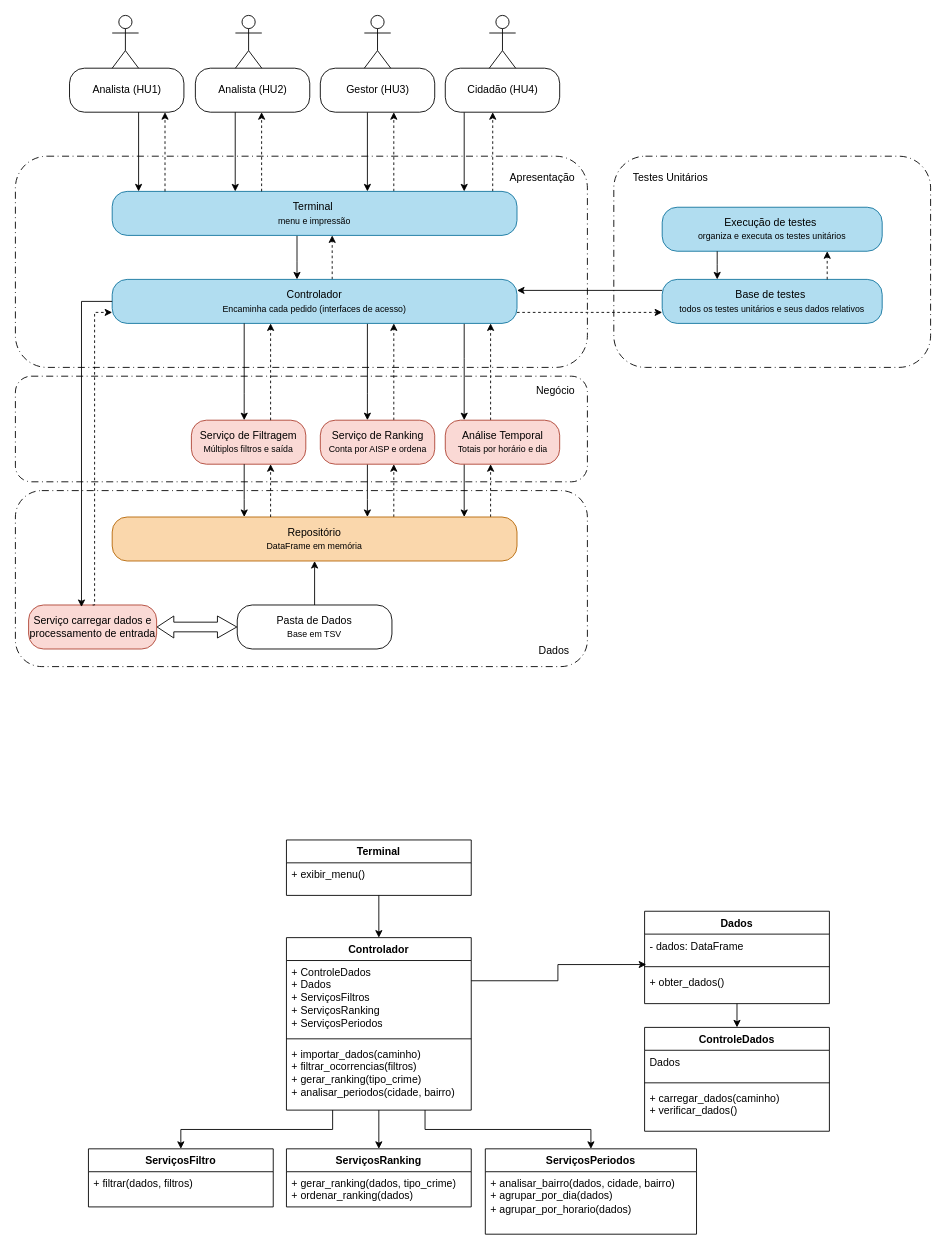
This is SPRINT 3/Diagrama do Sistema.drawio from Thiago-Malaga/Trabalho-Final-Eng.-Software, a draw.io file, before an edit. Source tidied: cells renumbered, new cells numbered last; positions are measured from the earlier drawing's top-left corner, leaving out a move shared by most shapes. Both pictures are drawn from the tidied source at 88%, with x=0, y=0 at pixel (15, 15).
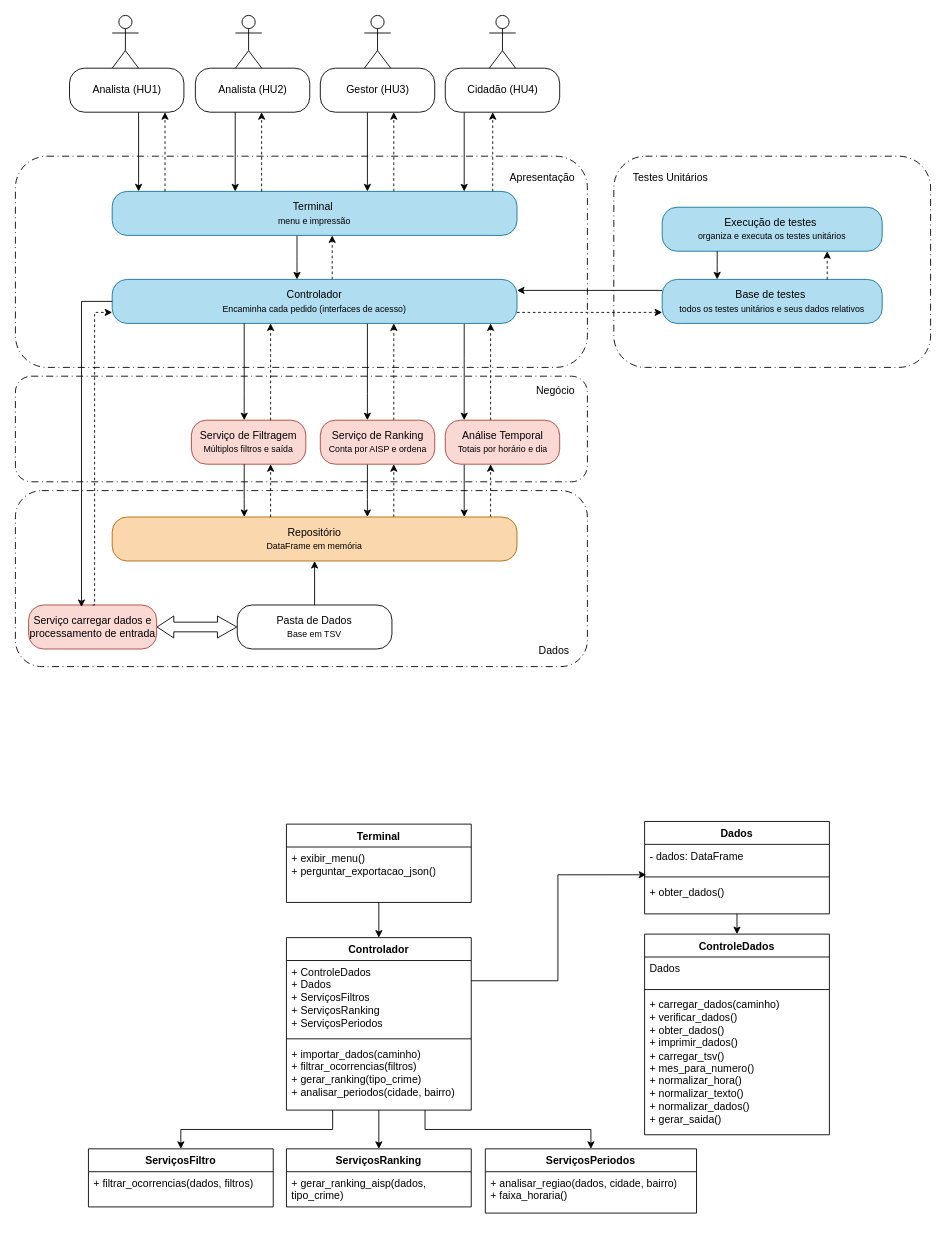
Above is the later version.

Unchanged cells that the change refers to:
```xml
<mxCell id="68" value="ServiçosFiltro" style="swimlane;fontStyle=1;align=center;verticalAlign=top;horizontal=1;startSize=26;whiteSpace=wrap;html=1;" parent="1" vertex="1">
  <mxGeometry x="83" y="1288" width="210" height="66" as="geometry" />
</mxCell>
<mxCell id="70" value="ServiçosRanking" style="swimlane;fontStyle=1;align=center;verticalAlign=top;horizontal=1;startSize=26;whiteSpace=wrap;html=1;" parent="1" vertex="1">
  <mxGeometry x="308" y="1288" width="210" height="66" as="geometry" />
</mxCell>
```

The edit, as a diff of the source:
```diff
@@
     <mxCell id="59" value="Terminal" style="swimlane;fontStyle=1;align=center;verticalAlign=top;horizontal=1;startSize=26;whiteSpace=wrap;html=1;" parent="1" vertex="1">
-      <mxGeometry x="308" y="937" width="210" height="63" as="geometry" />
+      <mxGeometry x="308" y="919" width="210" height="89" as="geometry" />
     </mxCell>
-    <mxCell id="60" value="+ exibir_menu()" style="text;strokeColor=none;fillColor=none;align=left;verticalAlign=top;spacingLeft=4;spacingRight=4;overflow=hidden;whiteSpace=wrap;html=1;" parent="59" vertex="1">
-      <mxGeometry y="26" width="210" height="37" as="geometry" />
+    <mxCell id="60" value="+ exibir_menu()&lt;div&gt;+ perguntar_exportacao_json()&lt;/div&gt;" style="text;strokeColor=none;fillColor=none;align=left;verticalAlign=top;spacingLeft=4;spacingRight=4;overflow=hidden;whiteSpace=wrap;html=1;" parent="59" vertex="1">
+      <mxGeometry y="26" width="210" height="63" as="geometry" />
     </mxCell>
@@
-    <mxCell id="69" value="+ filtrar(dados, filtros)" style="text;strokeColor=none;fillColor=none;align=left;verticalAlign=top;spacingLeft=4;spacingRight=4;overflow=hidden;whiteSpace=wrap;html=1;" parent="68" vertex="1">
+    <mxCell id="69" value="+ filtrar_ocorrencias(dados, filtros)" style="text;strokeColor=none;fillColor=none;align=left;verticalAlign=top;spacingLeft=4;spacingRight=4;overflow=hidden;whiteSpace=wrap;html=1;" parent="68" vertex="1">
       <mxGeometry y="26" width="210" height="40" as="geometry" />
     </mxCell>
@@
-    <mxCell id="71" value="+ gerar_ranking(dados, tipo_crime)&lt;div&gt;+ ordenar_ranking(dados)&lt;/div&gt;" style="text;strokeColor=none;fillColor=none;align=left;verticalAlign=top;spacingLeft=4;spacingRight=4;overflow=hidden;whiteSpace=wrap;html=1;" parent="70" vertex="1">
+    <mxCell id="71" value="+ gerar_ranking_aisp(dados, tipo_crime)" style="text;strokeColor=none;fillColor=none;align=left;verticalAlign=top;spacingLeft=4;spacingRight=4;overflow=hidden;whiteSpace=wrap;html=1;" parent="70" vertex="1">
       <mxGeometry y="26" width="210" height="40" as="geometry" />
     </mxCell>
     <mxCell id="72" value="ServiçosPeriodos" style="swimlane;fontStyle=1;align=center;verticalAlign=top;horizontal=1;startSize=26;whiteSpace=wrap;html=1;" parent="1" vertex="1">
-      <mxGeometry x="534" y="1288" width="240" height="97" as="geometry" />
+      <mxGeometry x="534" y="1288" width="240" height="73" as="geometry" />
     </mxCell>
-    <mxCell id="73" value="+ analisar_bairro(dados, cidade, bairro)&lt;div&gt;+ agrupar_por_dia(dados)&lt;/div&gt;&lt;div&gt;+ agrupar_por_horario(dados)&lt;/div&gt;" style="text;strokeColor=none;fillColor=none;align=left;verticalAlign=top;spacingLeft=4;spacingRight=4;overflow=hidden;whiteSpace=wrap;html=1;" parent="72" vertex="1">
-      <mxGeometry y="26" width="240" height="71" as="geometry" />
+    <mxCell id="73" value="+ analisar_regiao(dados, cidade, bairro)&lt;div&gt;+ faixa_horaria()&lt;br&gt;&lt;/div&gt;" style="text;strokeColor=none;fillColor=none;align=left;verticalAlign=top;spacingLeft=4;spacingRight=4;overflow=hidden;whiteSpace=wrap;html=1;" parent="72" vertex="1">
+      <mxGeometry y="26" width="240" height="47" as="geometry" />
     </mxCell>
@@
     <mxCell id="75" value="Dados" style="swimlane;fontStyle=1;align=center;verticalAlign=top;horizontal=1;startSize=26;whiteSpace=wrap;html=1;" parent="1" vertex="1">
-      <mxGeometry x="715" y="1018" width="210" height="105" as="geometry" />
+      <mxGeometry x="715" y="916" width="210" height="105" as="geometry" />
     </mxCell>
@@
     <mxCell id="79" value="ControleDados" style="swimlane;fontStyle=1;align=center;verticalAlign=top;horizontal=1;startSize=26;whiteSpace=wrap;html=1;" parent="1" vertex="1">
-      <mxGeometry x="715" y="1150" width="210" height="118" as="geometry" />
+      <mxGeometry x="715" y="1044" width="210" height="228" as="geometry" />
     </mxCell>
@@
-    <mxCell id="82" value="+ carregar_dados(caminho)&lt;div&gt;+ verificar_dados()&lt;/div&gt;&lt;div&gt;&lt;br&gt;&lt;/div&gt;" style="text;strokeColor=none;fillColor=none;align=left;verticalAlign=top;spacingLeft=4;spacingRight=4;overflow=hidden;whiteSpace=wrap;html=1;" parent="79" vertex="1">
-      <mxGeometry y="67" width="210" height="51" as="geometry" />
+    <mxCell id="82" value="+ carregar_dados(caminho)&lt;div&gt;+ verificar_dados()&lt;/div&gt;&lt;div&gt;+ obter_dados()&lt;/div&gt;&lt;div&gt;+ imprimir_dados()&lt;/div&gt;&lt;div&gt;+ carregar_tsv()&lt;/div&gt;&lt;div&gt;+ mes_para_numero()&lt;/div&gt;&lt;div&gt;+ normalizar_hora()&lt;/div&gt;&lt;div&gt;+ normalizar_texto()&lt;/div&gt;&lt;div&gt;+ normalizar_dados()&lt;/div&gt;&lt;div&gt;+ gerar_saida()&lt;/div&gt;" style="text;strokeColor=none;fillColor=none;align=left;verticalAlign=top;spacingLeft=4;spacingRight=4;overflow=hidden;whiteSpace=wrap;html=1;" parent="79" vertex="1">
+      <mxGeometry y="67" width="210" height="161" as="geometry" />
     </mxCell>
```
